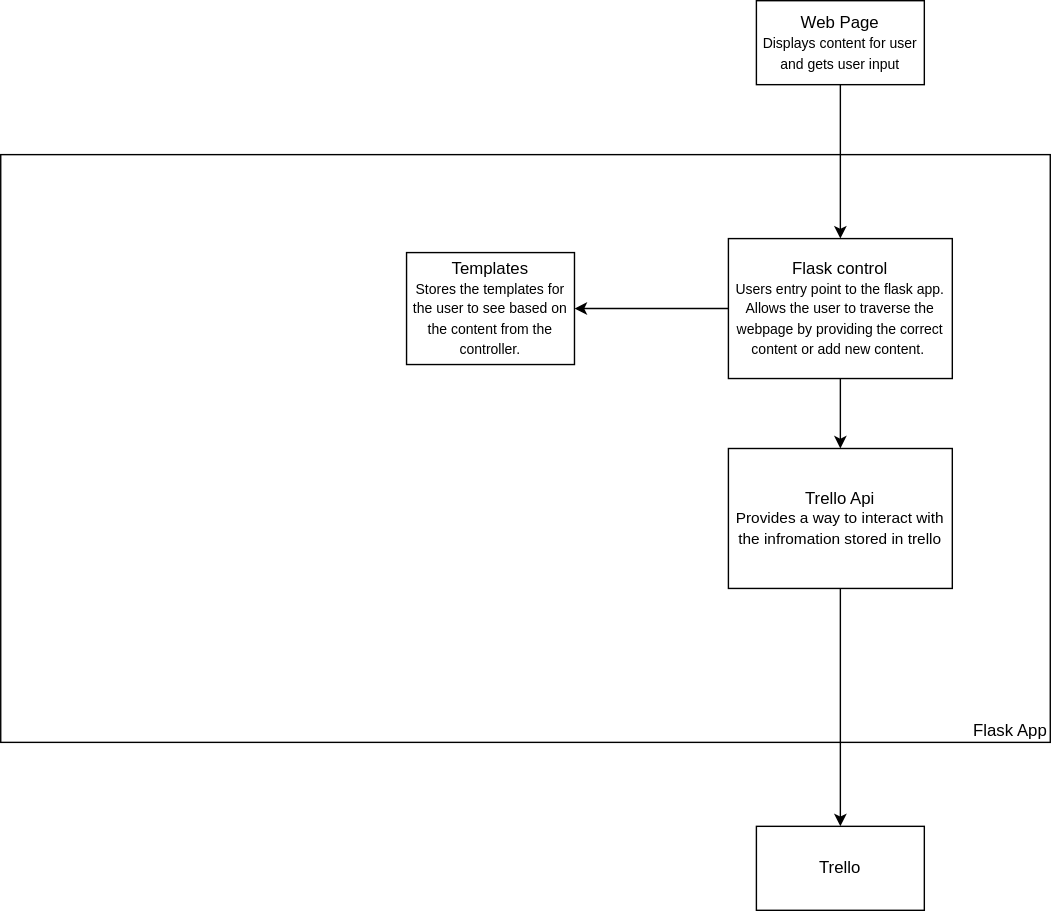
Earlier version of the draw.io export documentation/Component.svg (Karrot96/DevOps-Course-Starter). Source tidied: cells renumbered, new cells last; positions are measured from the earlier drawing's top-left corner, leaving out a move shared by most shapes.
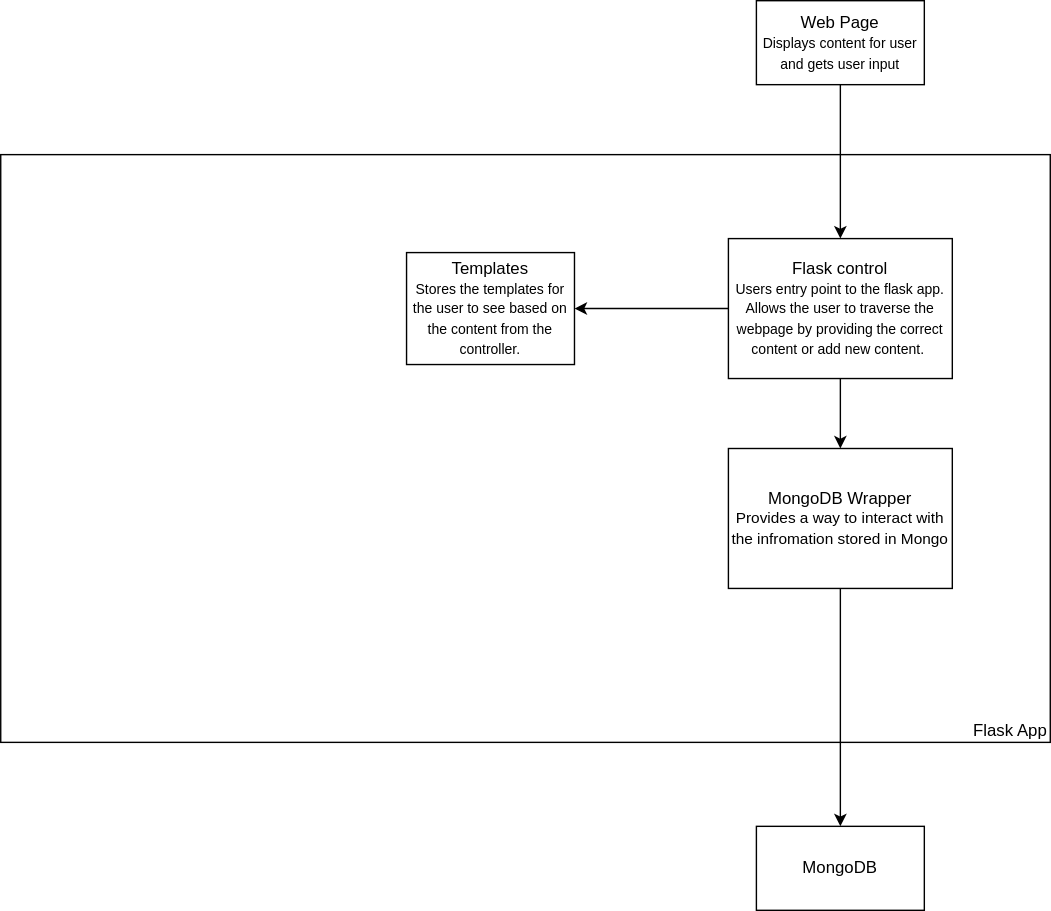
The same file after the commit.

The edit, as a diff of the source:
```diff
@@ -26,10 +26,10 @@
     <mxCell id="9" style="edgeStyle=orthogonalEdgeStyle;rounded=0;jettySize=auto;html=1;entryX=0.5;entryY=0;entryDx=0;entryDy=0;" parent="1" edge="1" source="10" target="11">
       <mxGeometry relative="1" as="geometry" />
     </mxCell>
-    <mxCell id="10" value="Trello Api&lt;br style=&quot;font-size: 11px&quot;&gt;&lt;font style=&quot;font-size: 11px&quot;&gt;Provides a way to interact with the infromation stored in trello&lt;br&gt;&lt;/font&gt;" style="rounded=0;whiteSpace=wrap;html=1;" parent="1" vertex="1">
+    <mxCell id="10" value="MongoDB Wrapper&lt;br style=&quot;font-size: 11px&quot;&gt;&lt;font style=&quot;font-size: 11px&quot;&gt;Provides a way to interact with the infromation stored in Mongo&lt;br&gt;&lt;/font&gt;" style="rounded=0;whiteSpace=wrap;html=1;" parent="1" vertex="1">
       <mxGeometry x="520" y="320" width="160" height="100" as="geometry" />
     </mxCell>
-    <mxCell id="11" value="Trello" style="rounded=0;whiteSpace=wrap;html=1;" parent="1" vertex="1">
+    <mxCell id="11" value="MongoDB" style="rounded=0;whiteSpace=wrap;html=1;" parent="1" vertex="1">
       <mxGeometry x="540" y="590" width="120" height="60" as="geometry" />
     </mxCell>
   </root>
```
